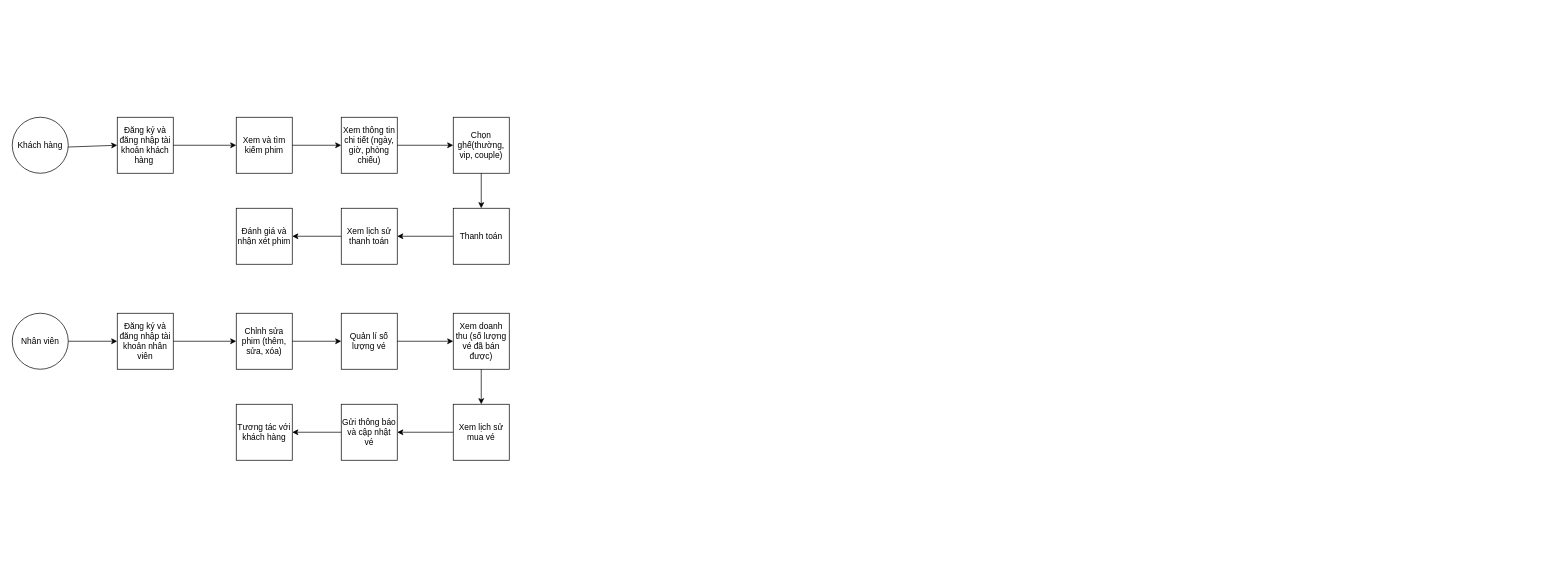
This is Biểu đồ không có tiêu đề.drawio from gi4n9/BTLKTPM, a draw.io file, before an edit. Source tidied: cells renumbered, new cells numbered last; positions are measured from the earlier drawing's top-left corner, leaving out a move shared by most shapes. Both pictures are drawn from the tidied source at 70%, with x=0, y=0 at pixel (12, 117).
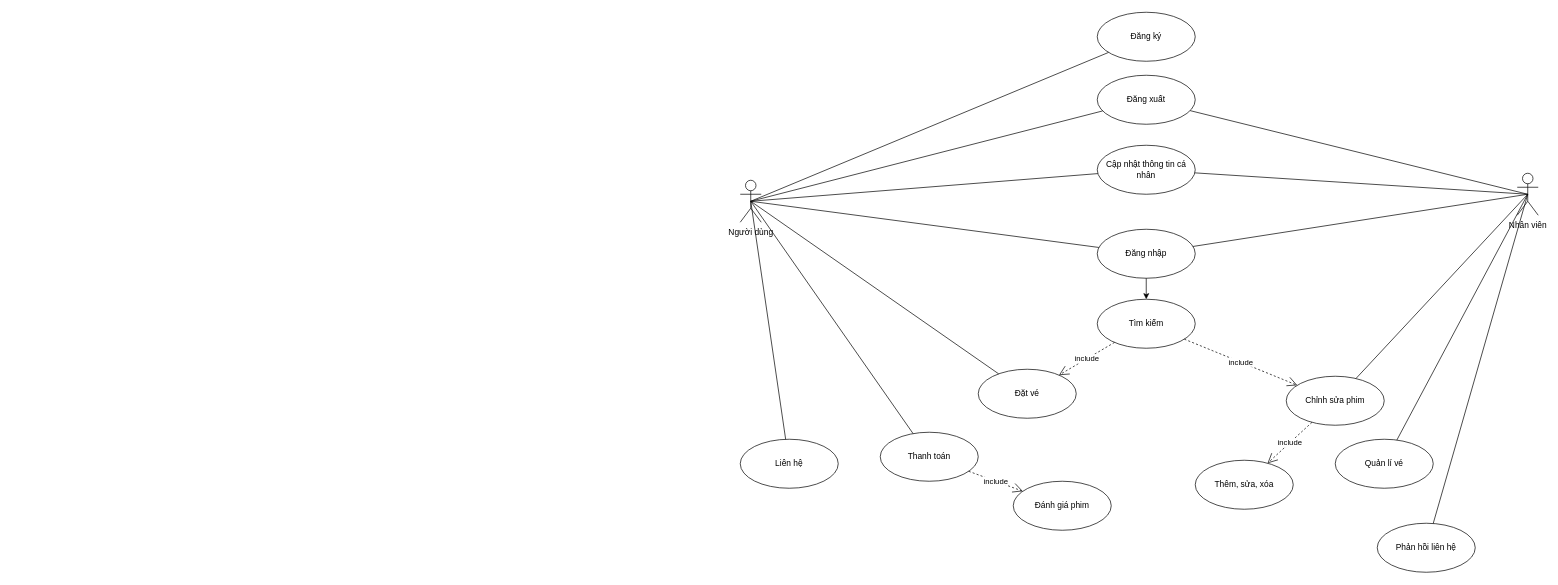
The same diagram, later.

Commit message:
USE CASE

What changed in the source:
```diff
@@
-    <mxCell id="2" value="Khách hàng" style="ellipse;whiteSpace=wrap;html=1;" parent="1" vertex="1">
-      <mxGeometry width="80" height="80" as="geometry" />
-    </mxCell>
-    <mxCell id="3" value="Đăng ký và đăng nhập tài khoản khách hàng&amp;nbsp;" style="whiteSpace=wrap;html=1;" parent="1" vertex="1">
-      <mxGeometry x="150" width="80" height="80" as="geometry" />
-    </mxCell>
-    <mxCell id="4" value="Xem và tìm kiếm phim" style="whiteSpace=wrap;html=1;" parent="1" vertex="1">
-      <mxGeometry x="320" width="80" height="80" as="geometry" />
-    </mxCell>
-    <mxCell id="5" value="Xem thông tin chi tiết (ngày, giờ, phòng chiếu)" style="whiteSpace=wrap;html=1;" parent="1" vertex="1">
-      <mxGeometry x="470" width="80" height="80" as="geometry" />
-    </mxCell>
-    <mxCell id="6" value="Chọn ghế(thường, vip, couple)" style="whiteSpace=wrap;html=1;" parent="1" vertex="1">
-      <mxGeometry x="630" width="80" height="80" as="geometry" />
-    </mxCell>
+    <mxCell id="32" value="Người dùng" style="shape=umlActor;verticalLabelPosition=bottom;verticalAlign=top;html=1;" parent="1" vertex="1">
+      <mxGeometry x="1040" y="90" width="30" height="60" as="geometry" />
+    </mxCell>
+    <mxCell id="17" value="Nhân viên" style="shape=umlActor;verticalLabelPosition=bottom;verticalAlign=top;html=1;" parent="1" vertex="1">
+      <mxGeometry x="2150" y="80" width="30" height="60" as="geometry" />
+    </mxCell>
+    <mxCell id="33" value="Đăng nhập" style="ellipse;whiteSpace=wrap;html=1;" parent="1" vertex="1">
+      <mxGeometry x="1550" y="160" width="140" height="70" as="geometry" />
+    </mxCell>
+    <mxCell id="34" value="Đăng ký" style="ellipse;whiteSpace=wrap;html=1;" parent="1" vertex="1">
+      <mxGeometry x="1550" y="-150" width="140" height="70" as="geometry" />
+    </mxCell>
+    <mxCell id="35" value="Đăng xuất" style="ellipse;whiteSpace=wrap;html=1;" parent="1" vertex="1">
+      <mxGeometry x="1550" y="-60" width="140" height="70" as="geometry" />
+    </mxCell>
+    <mxCell id="36" value="Cập nhật thông tin cá nhân" style="ellipse;whiteSpace=wrap;html=1;" parent="1" vertex="1">
+      <mxGeometry x="1550" y="40" width="140" height="70" as="geometry" />
+    </mxCell>
+    <mxCell id="37" value="Tìm kiếm" style="ellipse;whiteSpace=wrap;html=1;" parent="1" vertex="1">
+      <mxGeometry x="1550" y="260" width="140" height="70" as="geometry" />
+    </mxCell>
+    <mxCell id="38" value="Đặt vé" style="ellipse;whiteSpace=wrap;html=1;" parent="1" vertex="1">
+      <mxGeometry x="1380" y="360" width="140" height="70" as="geometry" />
+    </mxCell>
+    <mxCell id="39" value="include" style="endArrow=open;endSize=12;dashed=1;html=1;rounded=0;" parent="1" edge="1" source="37" target="43">
+      <mxGeometry relative="1" as="geometry" />
+    </mxCell>
-    <mxCell id="7" value="Thanh toán" style="whiteSpace=wrap;html=1;" parent="1" vertex="1">
-      <mxGeometry x="630" y="130" width="80" height="80" as="geometry" />
+    <mxCell id="7" value="Thanh toán" style="ellipse;whiteSpace=wrap;html=1;" parent="1" vertex="1">
+      <mxGeometry x="1240" y="450" width="140" height="70" as="geometry" />
     </mxCell>
-    <mxCell id="8" value="Xem lịch sử thanh toán" style="whiteSpace=wrap;html=1;" parent="1" vertex="1">
-      <mxGeometry x="470" y="130" width="80" height="80" as="geometry" />
-    </mxCell>
-    <mxCell id="9" value="Đánh giá và nhận xét phim" style="whiteSpace=wrap;html=1;" parent="1" vertex="1">
-      <mxGeometry x="320" y="130" width="80" height="80" as="geometry" />
-    </mxCell>
-    <mxCell id="10" style="endArrow=classic;html=1;rounded=0;" parent="1" edge="1" source="2" target="3">
-      <mxGeometry relative="1" as="geometry" />
-    </mxCell>
-    <mxCell id="11" style="endArrow=classic;html=1;rounded=0;" parent="1" edge="1" source="3" target="4">
-      <mxGeometry relative="1" as="geometry" />
-    </mxCell>
-    <mxCell id="12" style="endArrow=classic;html=1;rounded=0;" parent="1" edge="1" source="4" target="5">
-      <mxGeometry relative="1" as="geometry" />
-    </mxCell>
-    <mxCell id="13" style="endArrow=classic;html=1;rounded=0;" parent="1" edge="1" source="5" target="6">
-      <mxGeometry relative="1" as="geometry" />
-    </mxCell>
-    <mxCell id="14" style="endArrow=classic;html=1;rounded=0;" parent="1" edge="1" source="6" target="7">
-      <mxGeometry relative="1" as="geometry" />
-    </mxCell>
-    <mxCell id="15" style="endArrow=classic;html=1;rounded=0;" parent="1" edge="1" source="7" target="8">
-      <mxGeometry relative="1" as="geometry" />
-    </mxCell>
-    <mxCell id="16" style="endArrow=classic;html=1;rounded=0;" parent="1" edge="1" source="8" target="9">
-      <mxGeometry relative="1" as="geometry" />
-    </mxCell>
-    <mxCell id="17" value="Nhân viên" style="ellipse;whiteSpace=wrap;html=1;" parent="1" vertex="1">
-      <mxGeometry y="280" width="80" height="80" as="geometry" />
-    </mxCell>
-    <mxCell id="18" value="Đăng ký và đăng nhập tài khoản nhân viên" style="whiteSpace=wrap;html=1;" parent="1" vertex="1">
-      <mxGeometry x="150" y="280" width="80" height="80" as="geometry" />
-    </mxCell>
-    <mxCell id="19" value="Chỉnh sửa phim (thêm, sửa, xóa)" style="whiteSpace=wrap;html=1;" parent="1" vertex="1">
-      <mxGeometry x="320" y="280" width="80" height="80" as="geometry" />
-    </mxCell>
-    <mxCell id="20" value="Quản lí số lượng vé" style="whiteSpace=wrap;html=1;" parent="1" vertex="1">
-      <mxGeometry x="470" y="280" width="80" height="80" as="geometry" />
-    </mxCell>
-    <mxCell id="21" value="Xem doanh thu (số lượng vé đã bán được)" style="whiteSpace=wrap;html=1;" parent="1" vertex="1">
-      <mxGeometry x="630" y="280" width="80" height="80" as="geometry" />
-    </mxCell>
-    <mxCell id="22" value="Xem lịch sử mua vé" style="whiteSpace=wrap;html=1;" parent="1" vertex="1">
-      <mxGeometry x="630" y="410" width="80" height="80" as="geometry" />
-    </mxCell>
-    <mxCell id="23" value="Gửi thông báo và cập nhật vé" style="whiteSpace=wrap;html=1;" parent="1" vertex="1">
-      <mxGeometry x="470" y="410" width="80" height="80" as="geometry" />
-    </mxCell>
-    <mxCell id="24" value="Tương tác với khách hàng" style="whiteSpace=wrap;html=1;" parent="1" vertex="1">
-      <mxGeometry x="320" y="410" width="80" height="80" as="geometry" />
-    </mxCell>
-    <mxCell id="25" style="endArrow=classic;html=1;rounded=0;" parent="1" edge="1" source="17" target="18">
-      <mxGeometry relative="1" as="geometry" />
-    </mxCell>
-    <mxCell id="26" style="endArrow=classic;html=1;rounded=0;" parent="1" edge="1" source="18" target="19">
-      <mxGeometry relative="1" as="geometry" />
-    </mxCell>
-    <mxCell id="27" style="endArrow=classic;html=1;rounded=0;" parent="1" edge="1" source="19" target="20">
-      <mxGeometry relative="1" as="geometry" />
-    </mxCell>
-    <mxCell id="28" style="endArrow=classic;html=1;rounded=0;" parent="1" edge="1" source="20" target="21">
-      <mxGeometry relative="1" as="geometry" />
-    </mxCell>
-    <mxCell id="29" style="endArrow=classic;html=1;rounded=0;" parent="1" edge="1" source="21" target="22">
-      <mxGeometry relative="1" as="geometry" />
-    </mxCell>
-    <mxCell id="30" style="endArrow=classic;html=1;rounded=0;" parent="1" edge="1" source="22" target="23">
-      <mxGeometry relative="1" as="geometry" />
-    </mxCell>
-    <mxCell id="31" style="endArrow=classic;html=1;rounded=0;" parent="1" edge="1" source="23" target="24">
-      <mxGeometry relative="1" as="geometry" />
-    </mxCell>
+    <mxCell id="40" value="Liên hệ" style="ellipse;whiteSpace=wrap;html=1;" parent="1" vertex="1">
+      <mxGeometry x="1040" y="460" width="140" height="70" as="geometry" />
+    </mxCell>
+    <mxCell id="41" value="Đánh giá phim" style="ellipse;whiteSpace=wrap;html=1;" parent="1" vertex="1">
+      <mxGeometry x="1430" y="520" width="140" height="70" as="geometry" />
+    </mxCell>
+    <mxCell id="42" value="include" style="endArrow=open;endSize=12;dashed=1;html=1;rounded=0;" parent="1" edge="1" source="7" target="41">
+      <mxGeometry relative="1" as="geometry" />
+    </mxCell>
+    <mxCell id="43" value="Chỉnh sửa phim" style="ellipse;whiteSpace=wrap;html=1;" parent="1" vertex="1">
+      <mxGeometry x="1820" y="370" width="140" height="70" as="geometry" />
+    </mxCell>
+    <mxCell id="44" value="include" style="endArrow=open;endSize=12;dashed=1;html=1;rounded=0;" parent="1" edge="1" source="43" target="45">
+      <mxGeometry relative="1" as="geometry" />
+    </mxCell>
+    <mxCell id="45" value="Thêm, sửa, xóa" style="ellipse;whiteSpace=wrap;html=1;" parent="1" vertex="1">
+      <mxGeometry x="1690" y="490" width="140" height="70" as="geometry" />
+    </mxCell>
+    <mxCell id="46" value="Quản lí vé" style="ellipse;whiteSpace=wrap;html=1;" parent="1" vertex="1">
+      <mxGeometry x="1890" y="460" width="140" height="70" as="geometry" />
+    </mxCell>
+    <mxCell id="47" value="Phản hồi liên hệ" style="ellipse;whiteSpace=wrap;html=1;" parent="1" vertex="1">
+      <mxGeometry x="1950" y="580" width="140" height="70" as="geometry" />
+    </mxCell>
+    <mxCell id="48" value="include" style="endArrow=open;endSize=12;dashed=1;html=1;rounded=0;" parent="1" edge="1" source="37" target="38">
+      <mxGeometry relative="1" as="geometry" />
+    </mxCell>
+    <mxCell id="49" style="endArrow=none;html=1;rounded=0;exitX=0.5;exitY=0.5;exitDx=0;exitDy=0;exitPerimeter=0;" parent="1" edge="1" source="32" target="34">
+      <mxGeometry relative="1" as="geometry" />
+    </mxCell>
+    <mxCell id="50" style="endArrow=none;html=1;rounded=0;exitX=0.5;exitY=0.5;exitDx=0;exitDy=0;exitPerimeter=0;" parent="1" edge="1" source="32" target="35">
+      <mxGeometry relative="1" as="geometry" />
+    </mxCell>
+    <mxCell id="51" style="endArrow=none;html=1;rounded=0;exitX=0.5;exitY=0.5;exitDx=0;exitDy=0;exitPerimeter=0;" parent="1" edge="1" source="32" target="36">
+      <mxGeometry relative="1" as="geometry" />
+    </mxCell>
+    <mxCell id="52" style="endArrow=none;html=1;rounded=0;entryX=0.5;entryY=0.5;entryDx=0;entryDy=0;entryPerimeter=0;" parent="1" edge="1" source="35" target="17">
+      <mxGeometry relative="1" as="geometry" />
+    </mxCell>
+    <mxCell id="53" style="endArrow=none;html=1;rounded=0;entryX=0.5;entryY=0.5;entryDx=0;entryDy=0;entryPerimeter=0;" parent="1" edge="1" source="36" target="17">
+      <mxGeometry relative="1" as="geometry" />
+    </mxCell>
+    <mxCell id="54" style="endArrow=none;html=1;rounded=0;entryX=0.5;entryY=0.5;entryDx=0;entryDy=0;entryPerimeter=0;" parent="1" edge="1" source="33" target="17">
+      <mxGeometry relative="1" as="geometry" />
+    </mxCell>
+    <mxCell id="55" style="endArrow=none;html=1;rounded=0;exitX=0.5;exitY=0.5;exitDx=0;exitDy=0;exitPerimeter=0;" parent="1" edge="1" source="32" target="33">
+      <mxGeometry relative="1" as="geometry" />
+    </mxCell>
+    <mxCell id="56" style="endArrow=classic;html=1;rounded=0;" parent="1" edge="1" source="33" target="37">
+      <mxGeometry relative="1" as="geometry" />
+    </mxCell>
+    <mxCell id="57" style="endArrow=none;html=1;rounded=0;entryX=0.5;entryY=0.5;entryDx=0;entryDy=0;entryPerimeter=0;" parent="1" edge="1" source="43" target="17">
+      <mxGeometry relative="1" as="geometry" />
+    </mxCell>
+    <mxCell id="58" style="endArrow=none;html=1;rounded=0;entryX=0.5;entryY=0.5;entryDx=0;entryDy=0;entryPerimeter=0;" parent="1" edge="1" source="46" target="17">
+      <mxGeometry relative="1" as="geometry" />
+    </mxCell>
+    <mxCell id="59" style="endArrow=none;html=1;rounded=0;entryX=0.5;entryY=0.5;entryDx=0;entryDy=0;entryPerimeter=0;" parent="1" edge="1" source="47" target="17">
+      <mxGeometry relative="1" as="geometry" />
+    </mxCell>
+    <mxCell id="60" style="endArrow=none;html=1;rounded=0;exitX=0.5;exitY=0.5;exitDx=0;exitDy=0;exitPerimeter=0;" parent="1" edge="1" source="32" target="38">
+      <mxGeometry relative="1" as="geometry" />
+    </mxCell>
+    <mxCell id="61" style="endArrow=none;html=1;rounded=0;exitX=0.5;exitY=0.5;exitDx=0;exitDy=0;exitPerimeter=0;" parent="1" edge="1" source="32" target="40">
+      <mxGeometry relative="1" as="geometry" />
+    </mxCell>
+    <mxCell id="62" style="endArrow=none;html=1;rounded=0;exitX=0.5;exitY=0.5;exitDx=0;exitDy=0;exitPerimeter=0;" parent="1" edge="1" source="32" target="7">
+      <mxGeometry relative="1" as="geometry" />
+    </mxCell>
```
